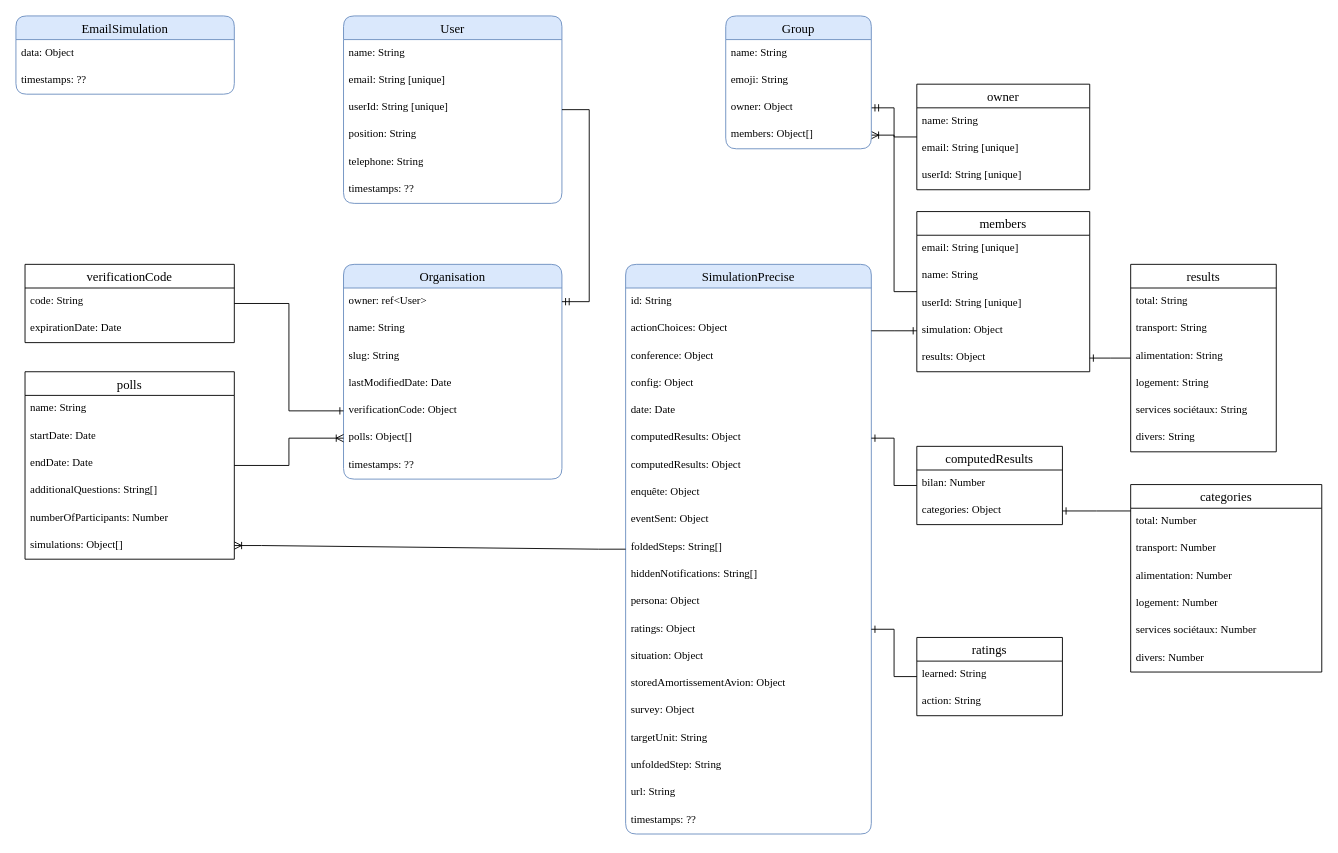
incubateur-ademe/nosgestesclimat-doc keeps this draw.io diagram as excalidraw/NGC - DB.drawio. Above is the earlier version. Source tidied: cells renumbered, new cells numbered last; positions are measured from the earlier drawing's top-left corner, leaving out a move shared by most shapes. Both pictures are drawn from the tidied source at 91%, with x=0, y=0 at pixel (15, 15).
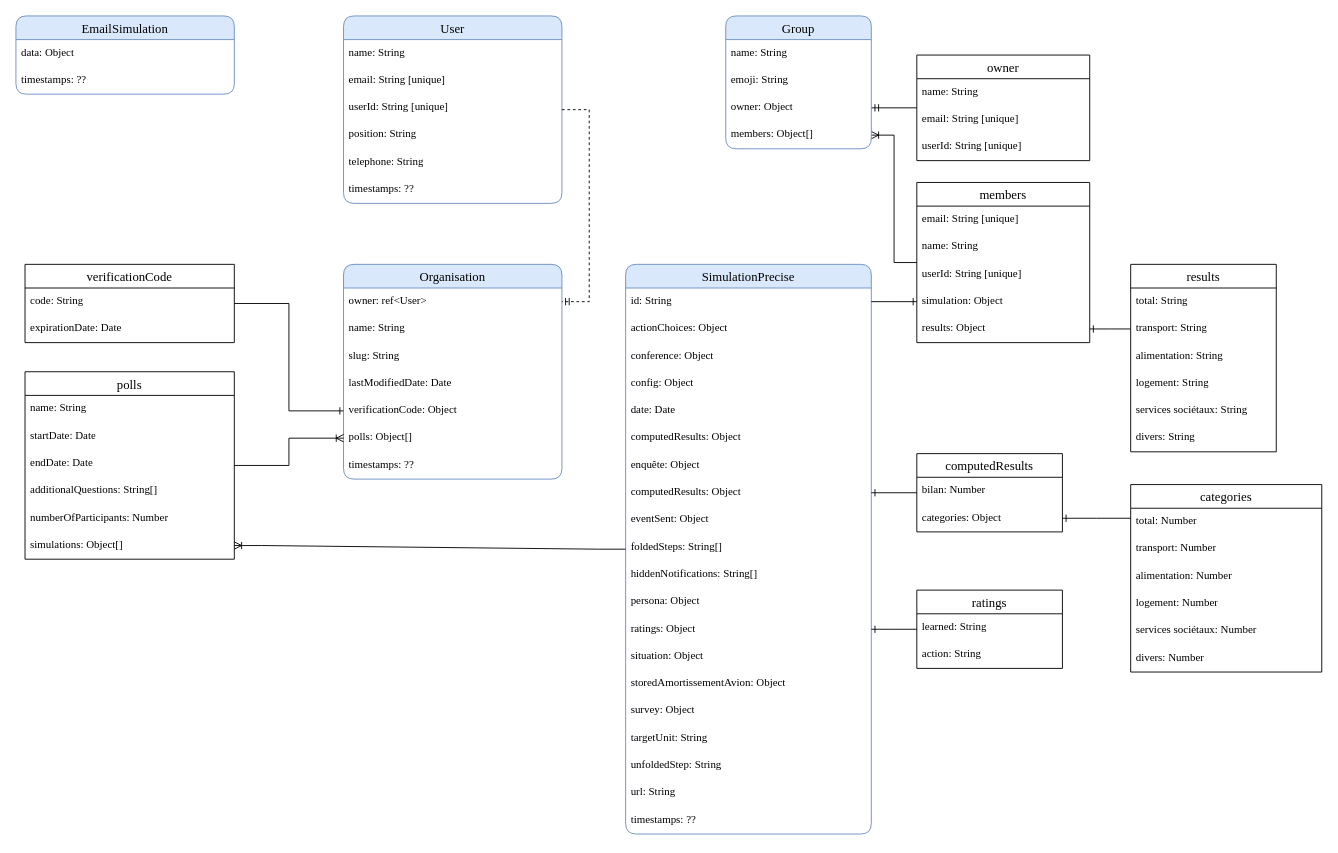
The same diagram, later.

Commit message (it also covers changes not shown here):
Mettre à jour NGC - DB.drawio

The change refers to these unchanged cells:
```xml
<mxCell id="27" value="SimulationPrecise" style="swimlane;fontStyle=0;horizontal=1;startSize=26;align=center;fontSize=14;fillColor=#dae8fc;strokeColor=#6c8ebf;rounded=1;glass=0;shadow=0;fontFamily=Garamond;" parent="1" vertex="1">
  <mxGeometry x="670" y="273" width="270" height="626" as="geometry" />
</mxCell>
<mxCell id="66" value="owner: ref&amp;lt;User&amp;gt;" style="text;strokeColor=none;fillColor=none;spacingLeft=4;spacingRight=4;overflow=hidden;points=[[0,0.5],[1,0.5]];portConstraint=eastwest;fontSize=12;whiteSpace=wrap;html=1;fontFamily=Garamond;" parent="65" vertex="1">
  <mxGeometry y="26" width="240" height="30" as="geometry" />
</mxCell>
<mxCell id="86" value="User" style="swimlane;fontStyle=0;horizontal=1;startSize=26;align=center;fontSize=14;fillColor=#dae8fc;strokeColor=#6c8ebf;rounded=1;glass=0;shadow=0;fontFamily=Garamond;" parent="1" vertex="1">
  <mxGeometry x="360" width="240" height="206" as="geometry" />
</mxCell>
```

Change to the diagram source:
```diff
@@
     <mxCell id="2" value="owner" style="swimlane;fontStyle=0;horizontal=1;startSize=26;align=center;fontSize=14;fontFamily=Garamond;" parent="1" vertex="1">
-      <mxGeometry x="990" y="75" width="190" height="116" as="geometry" />
+      <mxGeometry x="990" y="43" width="190" height="116" as="geometry" />
     </mxCell>
@@
     <mxCell id="7" value="members" style="swimlane;fontStyle=0;horizontal=1;startSize=26;align=center;fontSize=14;fontFamily=Garamond;" parent="1" vertex="1">
-      <mxGeometry x="990" y="215" width="190" height="176" as="geometry" />
+      <mxGeometry x="990" y="183" width="190" height="176" as="geometry" />
     </mxCell>
@@
-    <mxCell id="33" value="computedResults: Object" style="text;strokeColor=none;fillColor=none;spacingLeft=4;spacingRight=4;overflow=hidden;points=[[0,0.5],[1,0.5]];portConstraint=eastwest;fontSize=12;whiteSpace=wrap;html=1;fontFamily=Garamond;" parent="27" vertex="1">
-      <mxGeometry y="176" width="270" height="30" as="geometry" />
-    </mxCell>
     <mxCell id="34" value="computedResults: Object" style="text;strokeColor=none;fillColor=none;spacingLeft=4;spacingRight=4;overflow=hidden;fontSize=12;whiteSpace=wrap;html=1;fontFamily=Garamond;" parent="27" vertex="1">
-      <mxGeometry y="206" width="270" height="30" as="geometry" />
+      <mxGeometry y="176" width="270" height="30" as="geometry" />
     </mxCell>
     <mxCell id="35" value="enquête: Object" style="text;strokeColor=none;fillColor=none;spacingLeft=4;spacingRight=4;overflow=hidden;fontSize=12;whiteSpace=wrap;html=1;fontFamily=Garamond;" parent="27" vertex="1">
-      <mxGeometry y="236" width="270" height="30" as="geometry" />
+      <mxGeometry y="206" width="270" height="30" as="geometry" />
     </mxCell>
+    <mxCell id="33" value="computedResults: Object" style="text;strokeColor=none;fillColor=none;spacingLeft=4;spacingRight=4;overflow=hidden;points=[[0,0.5],[1,0.5]];portConstraint=eastwest;fontSize=12;whiteSpace=wrap;html=1;fontFamily=Garamond;" parent="27" vertex="1">
+      <mxGeometry y="236" width="270" height="30" as="geometry" />
+    </mxCell>
@@
     <mxCell id="49" value="ratings" style="swimlane;fontStyle=0;horizontal=1;startSize=26;align=center;fontSize=14;fontFamily=Garamond;" parent="1" vertex="1">
-      <mxGeometry x="990" y="683" width="160" height="86" as="geometry" />
+      <mxGeometry x="990" y="631" width="160" height="86" as="geometry" />
     </mxCell>
@@
     <mxCell id="53" value="computedResults" style="swimlane;fontStyle=0;horizontal=1;startSize=26;align=center;fontSize=14;fontFamily=Garamond;" parent="1" vertex="1">
-      <mxGeometry x="990" y="473" width="160" height="86" as="geometry" />
+      <mxGeometry x="990" y="481" width="160" height="86" as="geometry" />
     </mxCell>
@@
-    <mxCell id="93" style="edgeStyle=entityRelationEdgeStyle;fontSize=12;html=1;endArrow=ERmandOne;rounded=0;" parent="1" edge="1" source="86" target="66">
+    <mxCell id="93" style="edgeStyle=entityRelationEdgeStyle;fontSize=12;html=1;endArrow=ERmandOne;rounded=0;dashed=1;" parent="1" edge="1" source="86" target="66">
       <mxGeometry relative="1" as="geometry" />
     </mxCell>
```
